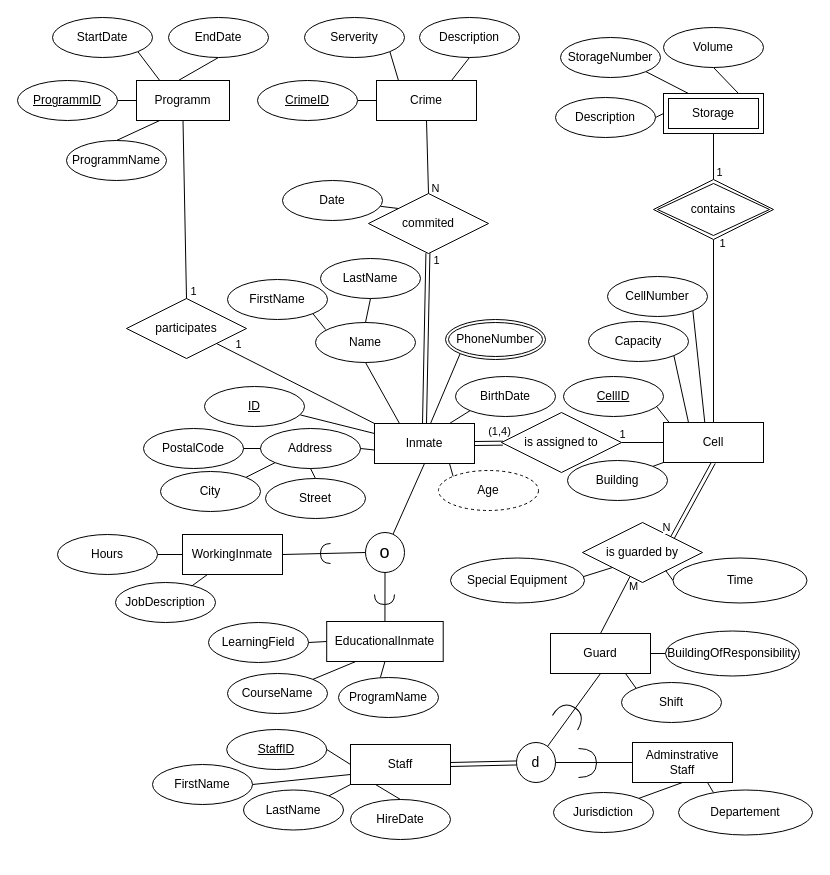
Norman1m/MyPrison keeps this draw.io diagram as assets/erprison.drawio. Above is the earlier version. Source tidied: cells renumbered, new cells numbered last; positions are measured from the earlier drawing's top-left corner, leaving out a move shared by most shapes. Both pictures are drawn from the tidied source at 100%, with x=0, y=0 at pixel (17, 17).
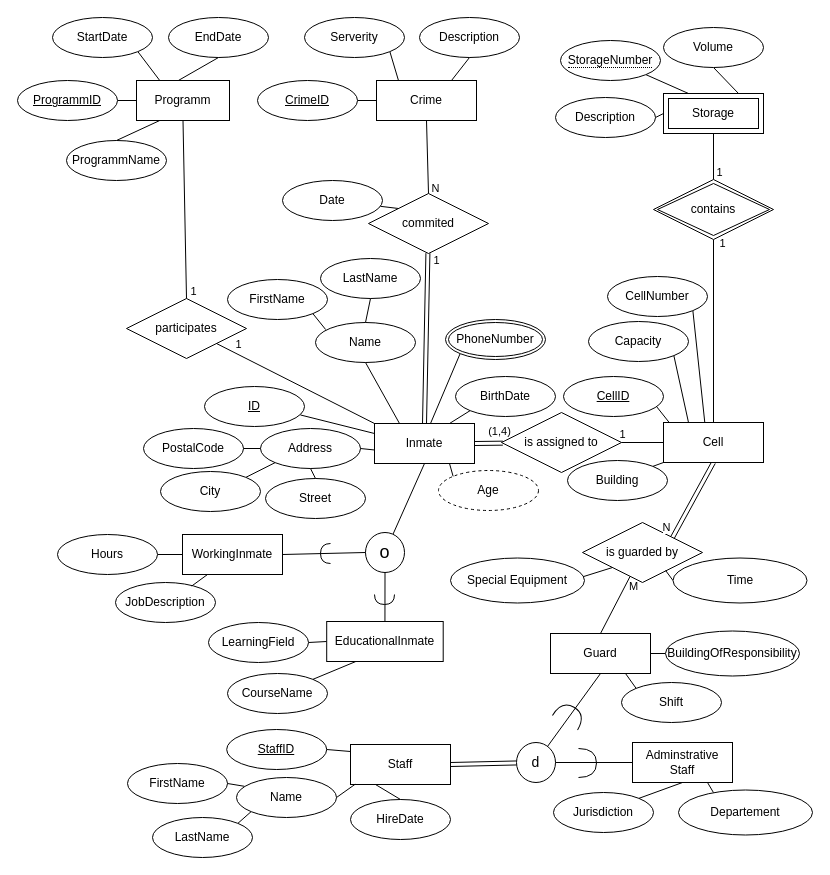
The same page after the edit.

The change refers to these unchanged cells:
```xml
<mxCell id="62" value="EducationalInmate" style="whiteSpace=wrap;html=1;align=center;" parent="1" vertex="1">
  <mxGeometry x="309.2" y="604" width="116.5" height="40" as="geometry" />
</mxCell>
<mxCell id="73" value="Staff" style="whiteSpace=wrap;html=1;align=center;" parent="1" vertex="1">
  <mxGeometry x="333" y="727" width="100" height="40" as="geometry" />
</mxCell>
<mxCell id="81" value="Storage" style="shape=ext;margin=3;double=1;whiteSpace=wrap;html=1;align=center;" parent="1" vertex="1">
  <mxGeometry x="646" y="76" width="100" height="40" as="geometry" />
</mxCell>
<mxCell id="113" value="StaffID" style="ellipse;whiteSpace=wrap;html=1;align=center;fontStyle=4;" parent="1" vertex="1">
  <mxGeometry x="209.2" y="712" width="100" height="40" as="geometry" />
</mxCell>
```

Diff of the diagram source:
```diff
@@
-    <mxCell id="19" style="endArrow=none;html=1;rounded=0;entryX=0.419;entryY=0;entryDx=0;entryDy=0;entryPerimeter=0;exitX=0.5;exitY=1;exitDx=0;exitDy=0;" parent="1" edge="1" source="62" target="67">
-      <mxGeometry relative="1" as="geometry" />
-    </mxCell>
@@
-    <mxCell id="67" value="&lt;div&gt;ProgramName&lt;/div&gt;" style="ellipse;whiteSpace=wrap;html=1;align=center;" parent="1" vertex="1">
-      <mxGeometry x="321" y="660" width="100" height="40" as="geometry" />
-    </mxCell>
@@
-    <mxCell id="82" style="endArrow=none;html=1;rounded=0;entryX=1;entryY=1;entryDx=0;entryDy=0;exitX=0.25;exitY=0;exitDx=0;exitDy=0;" parent="1" edge="1" source="81" target="130">
+    <mxCell id="82" style="endArrow=none;html=1;rounded=0;exitX=0.25;exitY=0;exitDx=0;exitDy=0;entryX=1;entryY=1;entryDx=0;entryDy=0;" parent="1" edge="1" source="81" target="130">
       <mxGeometry relative="1" as="geometry" />
     </mxCell>
@@
-    <mxCell id="114" style="endArrow=none;html=1;rounded=0;entryX=1;entryY=0.5;entryDx=0;entryDy=0;exitX=0;exitY=0.5;exitDx=0;exitDy=0;" parent="1" edge="1" source="73" target="113">
+    <mxCell id="114" style="endArrow=none;html=1;rounded=0;entryX=1;entryY=0.5;entryDx=0;entryDy=0;exitX=0;exitY=0.175;exitDx=0;exitDy=0;exitPerimeter=0;" parent="1" edge="1" source="73" target="113">
       <mxGeometry relative="1" as="geometry" />
     </mxCell>
     <mxCell id="115" value="FirstName" style="ellipse;whiteSpace=wrap;html=1;align=center;" parent="1" vertex="1">
-      <mxGeometry x="135" y="747" width="100" height="40" as="geometry" />
+      <mxGeometry x="110" y="746" width="100" height="40" as="geometry" />
     </mxCell>
-    <mxCell id="116" style="endArrow=none;html=1;rounded=0;entryX=1;entryY=0;entryDx=0;entryDy=0;exitX=0;exitY=1;exitDx=0;exitDy=0;" parent="1" edge="1" source="73" target="120">
+    <mxCell id="116" style="endArrow=none;html=1;rounded=0;entryX=1;entryY=0;entryDx=0;entryDy=0;exitX=0;exitY=1;exitDx=0;exitDy=0;" parent="1" edge="1" source="131" target="120">
       <mxGeometry relative="1" as="geometry" />
     </mxCell>
-    <mxCell id="117" style="endArrow=none;html=1;rounded=0;entryX=1;entryY=0.5;entryDx=0;entryDy=0;exitX=0;exitY=0.75;exitDx=0;exitDy=0;" parent="1" edge="1" source="73" target="115">
+    <mxCell id="117" style="endArrow=none;html=1;rounded=0;entryX=1;entryY=0.5;entryDx=0;entryDy=0;exitX=0.08;exitY=0.22;exitDx=0;exitDy=0;exitPerimeter=0;" parent="1" edge="1" source="131" target="115">
       <mxGeometry relative="1" as="geometry" />
     </mxCell>
@@
     <mxCell id="120" value="LastName" style="ellipse;whiteSpace=wrap;html=1;align=center;" parent="1" vertex="1">
-      <mxGeometry x="226" y="772.5" width="100" height="40" as="geometry" />
+      <mxGeometry x="135" y="800" width="100" height="40" as="geometry" />
     </mxCell>
@@
+    <mxCell id="131" value="Name" style="ellipse;whiteSpace=wrap;html=1;align=center;" parent="1" vertex="1">
+      <mxGeometry x="219" y="760" width="100" height="40" as="geometry" />
+    </mxCell>
+    <mxCell id="132" style="endArrow=none;html=1;rounded=0;entryX=0.047;entryY=0.993;entryDx=0;entryDy=0;exitX=1;exitY=0.5;exitDx=0;exitDy=0;entryPerimeter=0;" parent="1" edge="1" source="131" target="73">
+      <mxGeometry relative="1" as="geometry" />
+    </mxCell>
-    <mxCell id="130" value="StorageNumber" style="ellipse;whiteSpace=wrap;html=1;align=center;" parent="1" vertex="1">
-      <mxGeometry x="543" y="20" width="100" height="40" as="geometry" />
+    <mxCell id="130" value="&lt;span style=&quot;border-bottom: 1px dotted;&quot;&gt;StorageNumber&lt;/span&gt;" style="ellipse;whiteSpace=wrap;html=1;align=center;" parent="1" vertex="1">
+      <mxGeometry x="543" y="23" width="100" height="40" as="geometry" />
     </mxCell>
```
